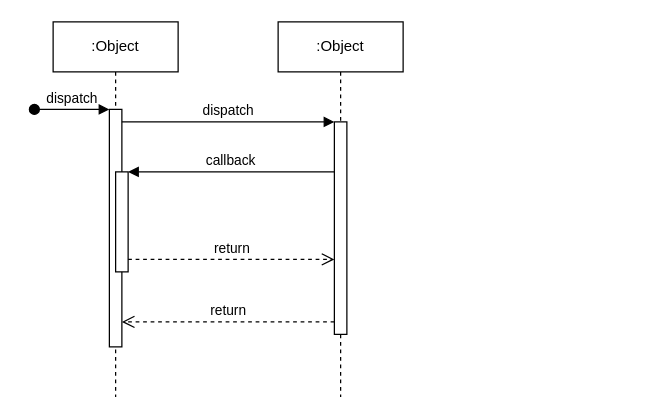
Earlier version of the draw.io diagram Untitled Diagram.drawio (Jprl97/icc). Source tidied: cells renumbered, new cells numbered last; positions are measured from the earlier drawing's top-left corner, leaving out a move shared by most shapes. Both pictures are drawn from the tidied source at 125%, with x=0, y=0 at pixel (34, 21).
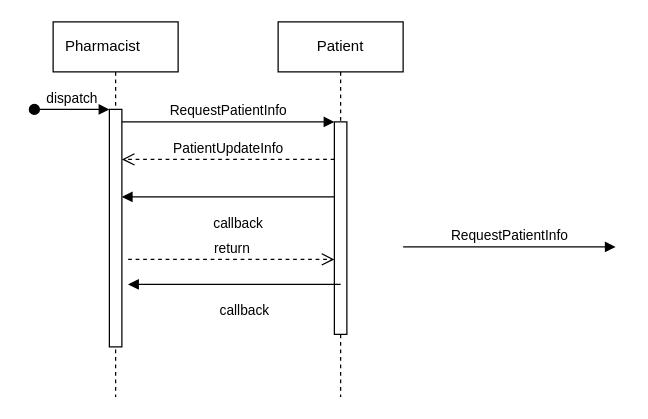
The same page after the edit.

Unchanged cells that the change refers to:
```xml
<mxCell id="3" style="html=1;points=[];perimeter=orthogonalPerimeter;outlineConnect=0;targetShapes=umlLifeline;portConstraint=eastwest;newEdgeStyle={&quot;edgeStyle&quot;:&quot;elbowEdgeStyle&quot;,&quot;elbow&quot;:&quot;vertical&quot;,&quot;curved&quot;:0,&quot;rounded&quot;:0};" parent="2" vertex="1">
  <mxGeometry x="45" y="70" width="10" height="190" as="geometry" />
</mxCell>
<mxCell id="7" style="html=1;points=[];perimeter=orthogonalPerimeter;outlineConnect=0;targetShapes=umlLifeline;portConstraint=eastwest;newEdgeStyle={&quot;edgeStyle&quot;:&quot;elbowEdgeStyle&quot;,&quot;elbow&quot;:&quot;vertical&quot;,&quot;curved&quot;:0,&quot;rounded&quot;:0};" parent="6" vertex="1">
  <mxGeometry x="45" y="80" width="10" height="170" as="geometry" />
</mxCell>
```

The edit, as a diff of the source:
```diff
@@
-    <mxCell id="2" value=":Object" style="shape=umlLifeline;perimeter=lifelinePerimeter;whiteSpace=wrap;html=1;newEdgeStyle={&quot;edgeStyle&quot;:&quot;elbowEdgeStyle&quot;,&quot;elbow&quot;:&quot;vertical&quot;,&quot;curved&quot;:0,&quot;rounded&quot;:0};" parent="1" vertex="1">
+    <mxCell id="2" value="Pharmacist&lt;span style=&quot;white-space: pre;&quot;&gt;&#9;&lt;/span&gt;" style="shape=umlLifeline;perimeter=lifelinePerimeter;whiteSpace=wrap;html=1;newEdgeStyle={&quot;edgeStyle&quot;:&quot;elbowEdgeStyle&quot;,&quot;elbow&quot;:&quot;vertical&quot;,&quot;curved&quot;:0,&quot;rounded&quot;:0};" parent="1" vertex="1">
       <mxGeometry x="15" width="100" height="300" as="geometry" />
     </mxCell>
@@
-    <mxCell id="5" style="html=1;points=[];perimeter=orthogonalPerimeter;outlineConnect=0;targetShapes=umlLifeline;portConstraint=eastwest;newEdgeStyle={&quot;edgeStyle&quot;:&quot;elbowEdgeStyle&quot;,&quot;elbow&quot;:&quot;vertical&quot;,&quot;curved&quot;:0,&quot;rounded&quot;:0};" parent="2" vertex="1">
-      <mxGeometry x="50" y="120" width="10" height="80" as="geometry" />
-    </mxCell>
-    <mxCell id="6" value=":Object" style="shape=umlLifeline;perimeter=lifelinePerimeter;whiteSpace=wrap;html=1;newEdgeStyle={&quot;edgeStyle&quot;:&quot;elbowEdgeStyle&quot;,&quot;elbow&quot;:&quot;vertical&quot;,&quot;curved&quot;:0,&quot;rounded&quot;:0};" parent="1" vertex="1">
+    <mxCell id="6" value="Patient" style="shape=umlLifeline;perimeter=lifelinePerimeter;whiteSpace=wrap;html=1;newEdgeStyle={&quot;edgeStyle&quot;:&quot;elbowEdgeStyle&quot;,&quot;elbow&quot;:&quot;vertical&quot;,&quot;curved&quot;:0,&quot;rounded&quot;:0};" parent="1" vertex="1">
       <mxGeometry x="195" width="100" height="300" as="geometry" />
     </mxCell>
@@
-    <mxCell id="8" value="dispatch" style="html=1;verticalAlign=bottom;endArrow=block;edgeStyle=elbowEdgeStyle;elbow=vertical;curved=0;rounded=0;" parent="1" edge="1" source="3" target="7">
+    <mxCell id="8" value="RequestPatientInfo" style="html=1;verticalAlign=bottom;endArrow=block;edgeStyle=elbowEdgeStyle;elbow=vertical;curved=0;rounded=0;" parent="1" edge="1" source="3" target="7">
       <mxGeometry relative="1" as="geometry">
         <Array as="points">
           <mxPoint x="155" y="80" />
         </Array>
       </mxGeometry>
     </mxCell>
-    <mxCell id="9" value="return" style="html=1;verticalAlign=bottom;endArrow=open;dashed=1;endSize=8;edgeStyle=elbowEdgeStyle;elbow=vertical;curved=0;rounded=0;" parent="1" edge="1" source="7" target="3">
+    <mxCell id="9" value="PatientUpdateInfo" style="html=1;verticalAlign=bottom;endArrow=open;dashed=1;endSize=8;edgeStyle=elbowEdgeStyle;elbow=vertical;curved=0;rounded=0;" parent="1" edge="1" source="7" target="3">
       <mxGeometry relative="1" as="geometry">
         <Array as="points">
-          <mxPoint x="165" y="240" />
+          <mxPoint x="165" y="110" />
         </Array>
       </mxGeometry>
     </mxCell>
-    <mxCell id="10" value="callback" style="html=1;verticalAlign=bottom;endArrow=block;edgeStyle=elbowEdgeStyle;elbow=vertical;curved=0;rounded=0;" parent="1" edge="1" source="7" target="5">
-      <mxGeometry relative="1" as="geometry">
+    <mxCell id="10" value="callback" style="html=1;verticalAlign=bottom;endArrow=block;edgeStyle=elbowEdgeStyle;elbow=vertical;curved=0;rounded=0;" parent="1" edge="1" target="3">
+      <mxGeometry x="-0.09" y="30" relative="1" as="geometry">
+        <mxPoint x="240" y="140" as="sourcePoint" />
         <Array as="points">
-          <mxPoint x="165" y="120" />
+          <mxPoint x="165" y="140" />
         </Array>
       </mxGeometry>
     </mxCell>
-    <mxCell id="11" value="return" style="html=1;verticalAlign=bottom;endArrow=open;dashed=1;endSize=8;edgeStyle=elbowEdgeStyle;elbow=vertical;curved=0;rounded=0;" parent="1" edge="1" source="5" target="7">
+    <mxCell id="11" value="return" style="html=1;verticalAlign=bottom;endArrow=open;dashed=1;endSize=8;edgeStyle=elbowEdgeStyle;elbow=vertical;curved=0;rounded=0;" parent="1" edge="1" target="7">
       <mxGeometry relative="1" as="geometry">
+        <mxPoint x="75" y="190" as="sourcePoint" />
         <Array as="points">
           <mxPoint x="155" y="190" />
         </Array>
       </mxGeometry>
     </mxCell>
+    <mxCell id="12" value="callback" style="html=1;verticalAlign=bottom;endArrow=block;edgeStyle=elbowEdgeStyle;elbow=vertical;curved=0;rounded=0;" parent="1" edge="1">
+      <mxGeometry x="-0.09" y="30" relative="1" as="geometry">
+        <mxPoint x="245" y="210" as="sourcePoint" />
+        <mxPoint x="75" y="210" as="targetPoint" />
+        <Array as="points">
+          <mxPoint x="170" y="210" />
+        </Array>
+      </mxGeometry>
+    </mxCell>
+    <mxCell id="13" value="RequestPatientInfo" style="html=1;verticalAlign=bottom;endArrow=block;edgeStyle=elbowEdgeStyle;elbow=vertical;curved=0;rounded=0;" parent="1" edge="1">
+      <mxGeometry relative="1" as="geometry">
+        <mxPoint x="295" y="180" as="sourcePoint" />
+        <mxPoint x="465" y="180" as="targetPoint" />
+        <Array as="points">
+          <mxPoint x="380" y="180" />
+        </Array>
+      </mxGeometry>
+    </mxCell>
```
